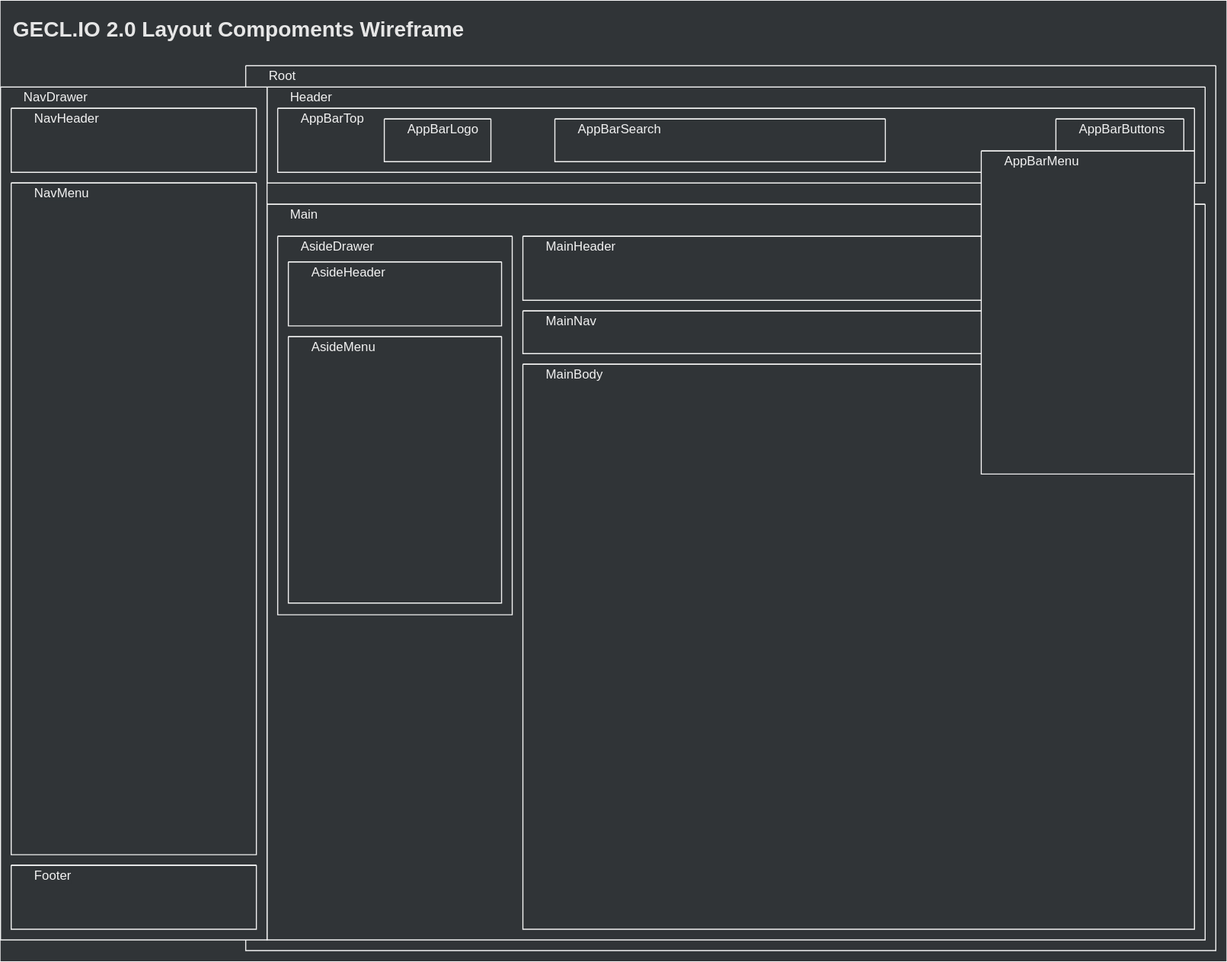
Above: assets/.draw.io/documents/geclio2-wireframe-layout.svg in jiholee-ntwglobal/jiholee-ntwglobal.github.io (draw.io), before the change. Source tidied: cells renumbered, new cells last; positions are measured from the earlier drawing's top-left corner, leaving out a move shared by most shapes.
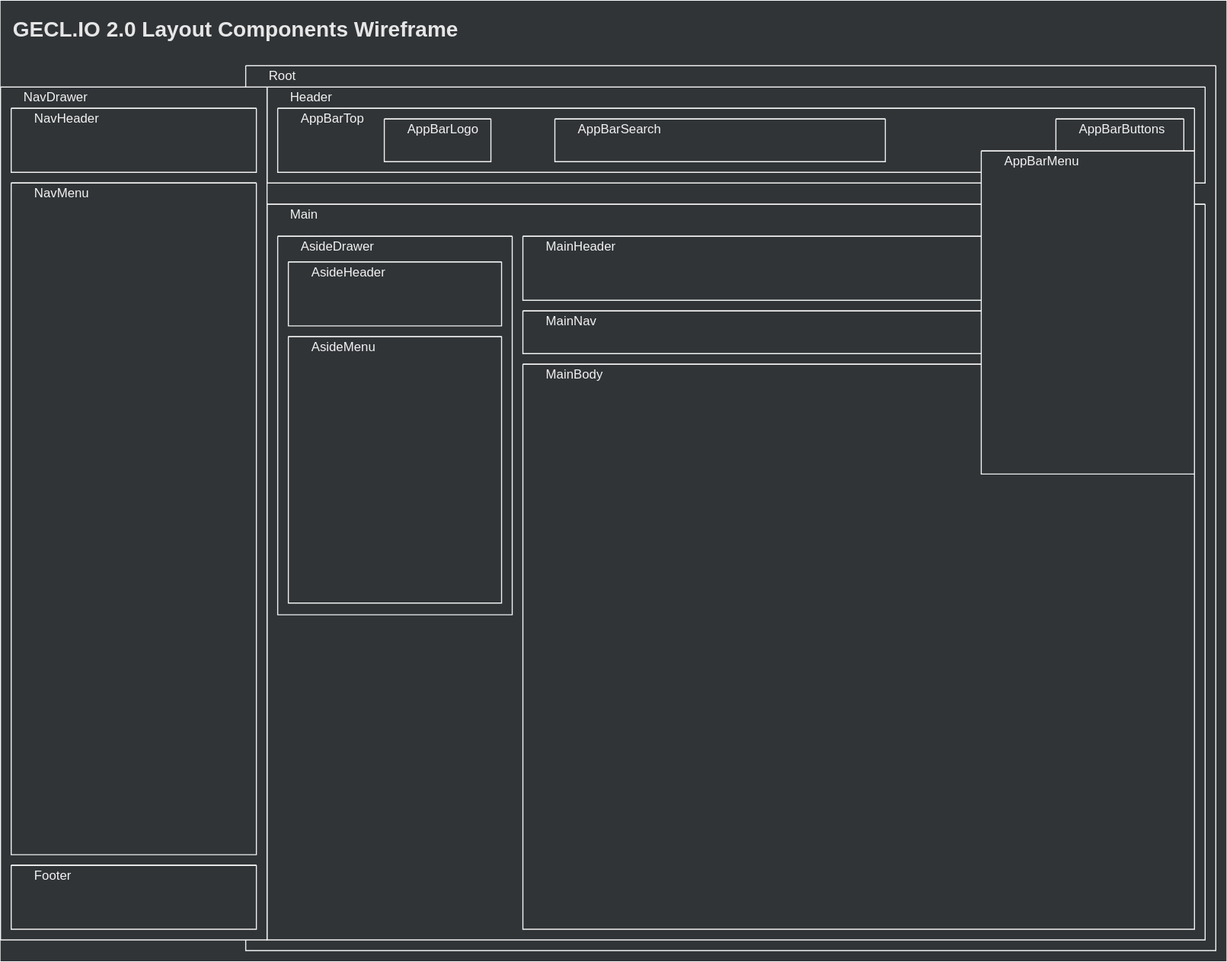
Above is the later version.

Change to the diagram source:
```diff
@@ -6,7 +6,7 @@
       <mxGeometry width="1150" height="901" as="geometry" />
     </mxCell>
     <mxCell id="3" value="Foreground" parent="0" />
-    <mxCell id="4" value="&lt;b&gt;GECL.IO 2.0 Layout Compoments&amp;nbsp;&lt;/b&gt;&lt;b&gt;Wireframe&amp;nbsp;&lt;/b&gt;" style="text;html=1;strokeColor=none;fillColor=none;align=left;verticalAlign=middle;whiteSpace=wrap;rounded=0;fontSize=20;fontColor=#E6E6E6;" parent="3" vertex="1">
+    <mxCell id="4" value="&lt;b&gt;GECL.IO 2.0 Layout Components&amp;nbsp;&lt;/b&gt;&lt;b&gt;Wireframe&amp;nbsp;&lt;/b&gt;" style="text;html=1;strokeColor=none;fillColor=none;align=left;verticalAlign=middle;whiteSpace=wrap;rounded=0;fontSize=20;fontColor=#E6E6E6;" parent="3" vertex="1">
       <mxGeometry x="10" y="11" width="480" height="30" as="geometry" />
     </mxCell>
     <mxCell id="5" style="swimlane;startSize=0;fillColor=none;strokeColor=#F2F2F2;fontColor=#F2F2F2;" parent="3" vertex="1">
```
